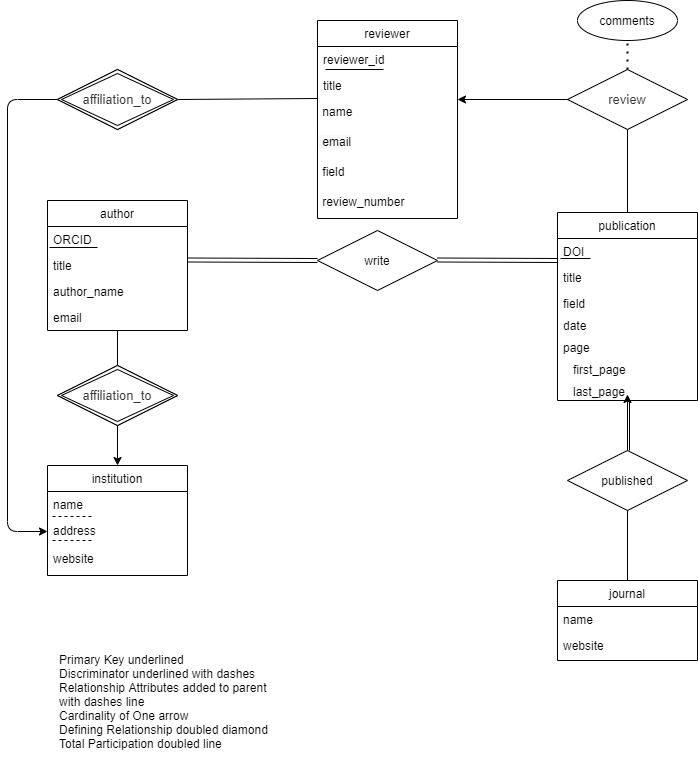
impulseoy/learnGit keeps this draw.io diagram as Untitled Diagram.png. Above is the earlier version. Source tidied: cells renumbered, new cells last; positions are measured from the earlier drawing's top-left corner, leaving out a move shared by most shapes.
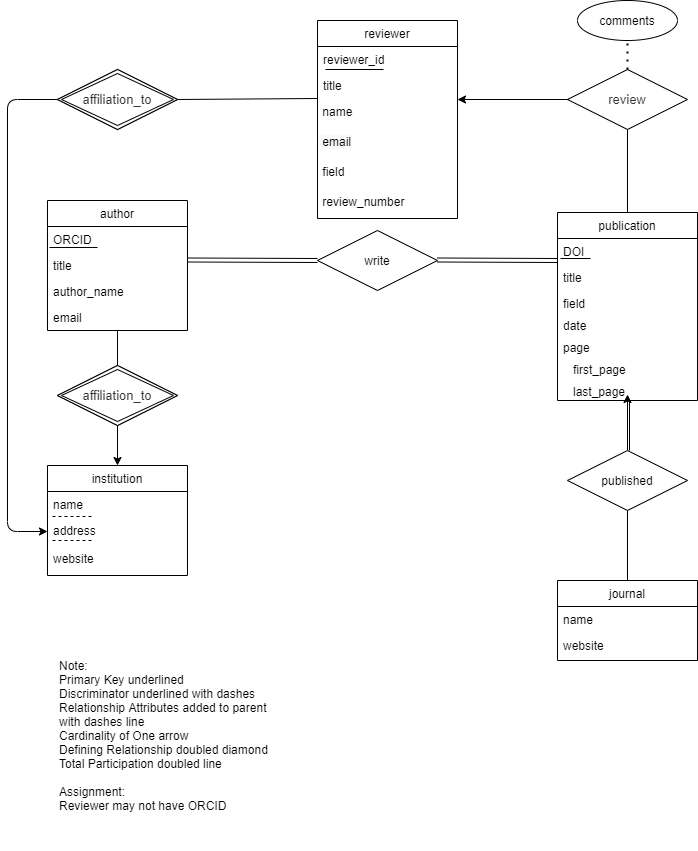
After the change.

The edit, as a diff of the source:
```diff
@@ -193,8 +193,8 @@
     <mxCell id="52" value="&lt;span style=&quot;color: rgb(51 , 51 , 51) ; font-family: &amp;#34;arial&amp;#34; , sans-serif ; font-size: 13px ; background-color: rgb(255 , 255 , 255)&quot;&gt;affiliation_to&lt;/span&gt;" style="shape=rhombus;double=1;perimeter=rhombusPerimeter;whiteSpace=wrap;html=1;align=center;" parent="1" vertex="1">
       <mxGeometry x="50" y="69" width="120" height="60" as="geometry" />
     </mxCell>
-    <mxCell id="53" value="Primary Key underlined&lt;br&gt;Discriminator underlined with dashes&lt;br&gt;Relationship Attributes added to parent with dashes line&lt;br&gt;Cardinality of One arrow&lt;br&gt;Defining Relationship doubled diamond&lt;br&gt;Total Participation doubled line" style="text;html=1;strokeColor=none;fillColor=none;align=left;verticalAlign=middle;whiteSpace=wrap;rounded=0;" parent="1" vertex="1">
-      <mxGeometry x="50" y="632" width="230" height="138" as="geometry" />
+    <mxCell id="53" value="Note:&lt;br&gt;Primary Key underlined&lt;br&gt;Discriminator underlined with dashes&lt;br&gt;Relationship Attributes added to parent with dashes line&lt;br&gt;Cardinality of One arrow&lt;br&gt;Defining Relationship doubled diamond&lt;br&gt;Total Participation doubled line&lt;br&gt;&lt;br&gt;Assignment:&lt;br&gt;Reviewer may not have ORCID&lt;br&gt;" style="text;html=1;strokeColor=none;fillColor=none;align=left;verticalAlign=middle;whiteSpace=wrap;rounded=0;" parent="1" vertex="1">
+      <mxGeometry x="50" y="620" width="230" height="230" as="geometry" />
     </mxCell>
     <mxCell id="54" style="endArrow=none;dashed=1;html=1;dashPattern=1 3;strokeWidth=2;" parent="1" edge="1" source="46">
       <mxGeometry relative="1" as="geometry">
```
